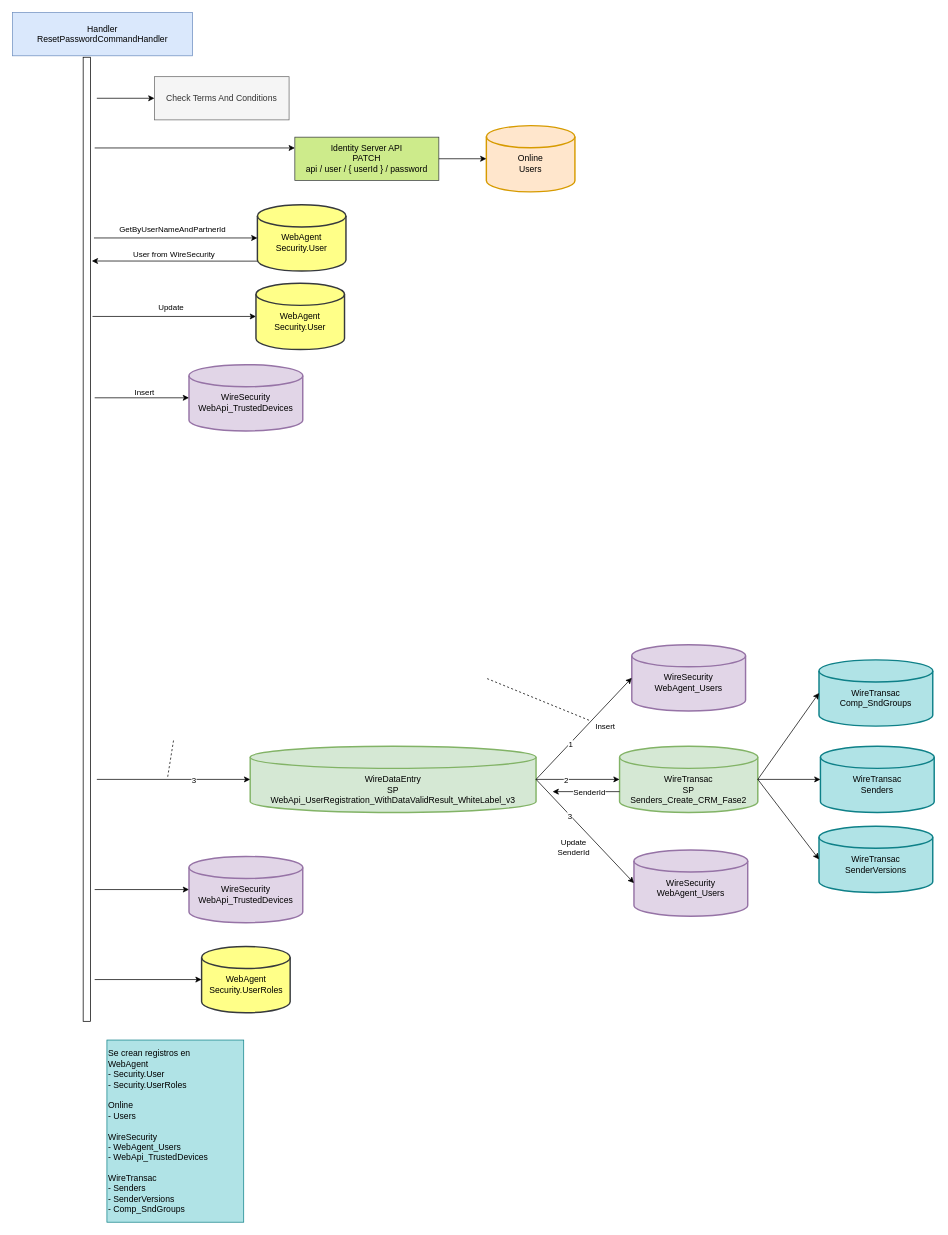
This is user-api-post-api-password-reset.drawio from notariopablomarcelo/intermex, a draw.io file, before an edit. Source tidied: cells renumbered, new cells numbered last; positions are measured from the earlier drawing's top-left corner, leaving out a move shared by most shapes. Both pictures are drawn from the tidied source at 72%, with x=0, y=0 at pixel (12, 12).
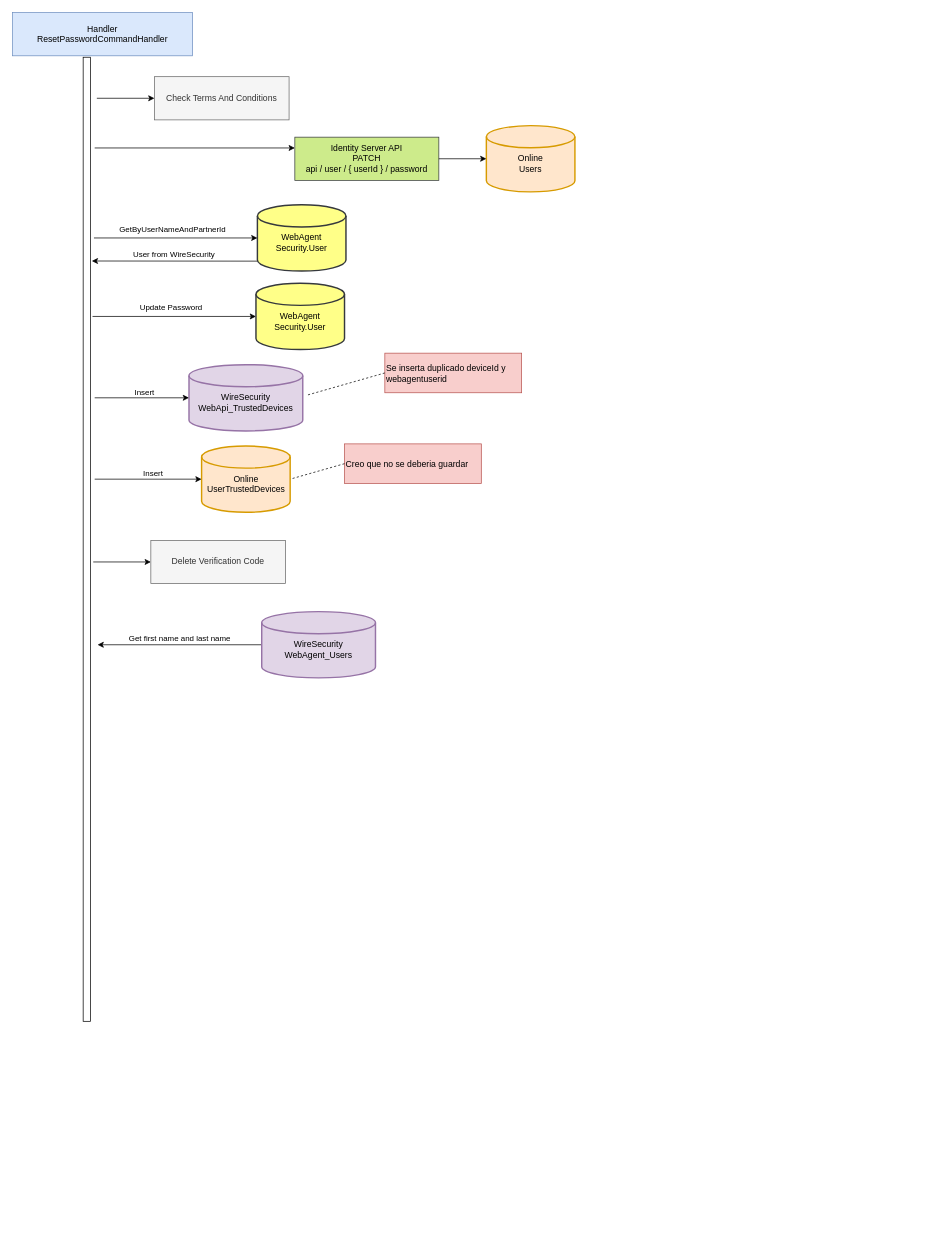
After the change.

Unchanged cells that the change refers to:
```xml
<mxCell id="45" style="endArrow=classic;html=1;rounded=0;entryX=0;entryY=0.5;entryDx=0;entryDy=0;entryPerimeter=0;" parent="1" edge="1" target="44">
  <mxGeometry relative="1" as="geometry">
    <mxPoint x="111" y="422" as="sourcePoint" />
  </mxGeometry>
</mxCell>
```

Change to the diagram source:
```diff
@@
-    <mxCell id="2" value="&lt;br&gt;&lt;br&gt;WireDataEntry&lt;br&gt;SP&lt;br&gt;WebApi_UserRegistration_WithDataValidResult_WhiteLabel_v3" style="strokeWidth=2;html=1;shape=mxgraph.flowchart.database;whiteSpace=wrap;fillColor=#d5e8d4;strokeColor=#82b366;" parent="1" vertex="1">
-      <mxGeometry x="330" y="1019" width="397" height="92" as="geometry" />
-    </mxCell>
-    <mxCell id="3" value="&lt;br&gt;WireSecurity&lt;br&gt;WebApi_TrustedDevices" style="strokeWidth=2;html=1;shape=mxgraph.flowchart.database;whiteSpace=wrap;fillColor=#e1d5e7;strokeColor=#9673a6;" parent="1" vertex="1">
-      <mxGeometry x="245" y="1172" width="158" height="92" as="geometry" />
-    </mxCell>
-    <mxCell id="4" value="&lt;br&gt;WebAgent&lt;br&gt;Security.UserRoles" style="strokeWidth=2;html=1;shape=mxgraph.flowchart.database;whiteSpace=wrap;fillColor=#ffff88;strokeColor=#36393d;" parent="1" vertex="1">
-      <mxGeometry x="262.5" y="1297" width="123" height="92" as="geometry" />
-    </mxCell>
@@
-    <mxCell id="7" style="endArrow=classic;html=1;rounded=0;entryX=0;entryY=0.5;entryDx=0;entryDy=0;entryPerimeter=0;" parent="1" edge="1" target="2">
-      <mxGeometry relative="1" as="geometry">
-        <mxPoint x="117" y="1065" as="sourcePoint" />
-      </mxGeometry>
-    </mxCell>
-    <mxCell id="8" value="3" style="edgeLabel;html=1;align=center;verticalAlign=middle;" parent="7" vertex="1">
-      <mxGeometry x="0.26" relative="1" as="geometry" />
-    </mxCell>
-    <mxCell id="9" style="endArrow=none;dashed=1;html=1;rounded=0;exitX=0.5;exitY=1;exitDx=0;exitDy=0;" parent="1" edge="1">
-      <mxGeometry relative="1" as="geometry">
-        <mxPoint x="223.5" y="1011" as="sourcePoint" />
-        <mxPoint x="215" y="1064" as="targetPoint" />
-      </mxGeometry>
-    </mxCell>
-    <mxCell id="10" value="&lt;br&gt;WireSecurity&lt;br&gt;WebAgent_Users" style="strokeWidth=2;html=1;shape=mxgraph.flowchart.database;whiteSpace=wrap;fillColor=#e1d5e7;strokeColor=#9673a6;" parent="1" vertex="1">
-      <mxGeometry x="860" y="878" width="158" height="92" as="geometry" />
-    </mxCell>
-    <mxCell id="11" style="endArrow=classic;html=1;rounded=0;exitX=1;exitY=0.5;exitDx=0;exitDy=0;exitPerimeter=0;entryX=0;entryY=0.5;entryDx=0;entryDy=0;entryPerimeter=0;" parent="1" edge="1" source="2" target="10">
-      <mxGeometry relative="1" as="geometry" />
-    </mxCell>
-    <mxCell id="12" value="Insert" style="edgeLabel;html=1;align=center;verticalAlign=middle;" parent="11" vertex="1">
-      <mxGeometry x="-0.23" y="-4" relative="1" as="geometry">
-        <mxPoint x="41" y="-23" as="offset" />
-      </mxGeometry>
-    </mxCell>
-    <mxCell id="13" value="1" style="edgeLabel;html=1;align=center;verticalAlign=middle;" parent="11" vertex="1">
-      <mxGeometry x="-0.3" y="-1" relative="1" as="geometry" />
-    </mxCell>
-    <mxCell id="14" value="&lt;br&gt;&lt;br&gt;WireTransac&lt;br&gt;SP&lt;br&gt;Senders_Create_CRM_Fase2" style="strokeWidth=2;html=1;shape=mxgraph.flowchart.database;whiteSpace=wrap;fillColor=#d5e8d4;strokeColor=#82b366;" parent="1" vertex="1">
-      <mxGeometry x="843" y="1019" width="192" height="92" as="geometry" />
-    </mxCell>
-    <mxCell id="15" style="endArrow=classic;html=1;rounded=0;exitX=1;exitY=0.5;exitDx=0;exitDy=0;exitPerimeter=0;entryX=0;entryY=0.5;entryDx=0;entryDy=0;entryPerimeter=0;" parent="1" edge="1" source="2" target="14">
-      <mxGeometry relative="1" as="geometry" />
-    </mxCell>
-    <mxCell id="16" value="2" style="edgeLabel;html=1;align=center;verticalAlign=middle;" parent="15" vertex="1">
-      <mxGeometry x="-0.31" relative="1" as="geometry">
-        <mxPoint x="1" as="offset" />
-      </mxGeometry>
-    </mxCell>
-    <mxCell id="17" value="&lt;br&gt;WireTransac&lt;br&gt;Comp_SndGroups" style="strokeWidth=2;html=1;shape=mxgraph.flowchart.database;whiteSpace=wrap;fillColor=#b0e3e6;strokeColor=#0e8088;" parent="1" vertex="1">
-      <mxGeometry x="1120" y="899" width="158" height="92" as="geometry" />
-    </mxCell>
-    <mxCell id="18" style="endArrow=classic;html=1;rounded=0;exitX=1;exitY=0.5;exitDx=0;exitDy=0;exitPerimeter=0;entryX=0;entryY=0.5;entryDx=0;entryDy=0;entryPerimeter=0;" parent="1" edge="1" source="14" target="17">
-      <mxGeometry relative="1" as="geometry" />
-    </mxCell>
-    <mxCell id="19" value="&lt;br&gt;WireTransac&lt;br&gt;Senders" style="strokeWidth=2;html=1;shape=mxgraph.flowchart.database;whiteSpace=wrap;fillColor=#b0e3e6;strokeColor=#0e8088;" parent="1" vertex="1">
-      <mxGeometry x="1122" y="1019" width="158" height="92" as="geometry" />
-    </mxCell>
-    <mxCell id="20" style="endArrow=classic;html=1;rounded=0;exitX=1;exitY=0.5;exitDx=0;exitDy=0;exitPerimeter=0;entryX=0;entryY=0.5;entryDx=0;entryDy=0;entryPerimeter=0;" parent="1" edge="1" source="14" target="19">
-      <mxGeometry relative="1" as="geometry" />
-    </mxCell>
-    <mxCell id="21" value="&lt;br&gt;WireTransac&lt;br&gt;SenderVersions" style="strokeWidth=2;html=1;shape=mxgraph.flowchart.database;whiteSpace=wrap;fillColor=#b0e3e6;strokeColor=#0e8088;" parent="1" vertex="1">
-      <mxGeometry x="1120" y="1130" width="158" height="92" as="geometry" />
-    </mxCell>
-    <mxCell id="22" style="endArrow=classic;html=1;rounded=0;exitX=1;exitY=0.5;exitDx=0;exitDy=0;exitPerimeter=0;entryX=0;entryY=0.5;entryDx=0;entryDy=0;entryPerimeter=0;" parent="1" edge="1" source="14" target="21">
-      <mxGeometry relative="1" as="geometry" />
-    </mxCell>
-    <mxCell id="23" style="endArrow=none;dashed=1;html=1;rounded=0;exitX=0.5;exitY=1;exitDx=0;exitDy=0;" parent="1" edge="1">
-      <mxGeometry relative="1" as="geometry">
-        <mxPoint x="659" y="925" as="sourcePoint" />
-        <mxPoint x="801" y="983" as="targetPoint" />
-      </mxGeometry>
-    </mxCell>
-    <mxCell id="24" value="&lt;br&gt;WireSecurity&lt;br&gt;WebAgent_Users" style="strokeWidth=2;html=1;shape=mxgraph.flowchart.database;whiteSpace=wrap;fillColor=#e1d5e7;strokeColor=#9673a6;" parent="1" vertex="1">
-      <mxGeometry x="863" y="1163" width="158" height="92" as="geometry" />
-    </mxCell>
-    <mxCell id="25" style="endArrow=classic;html=1;rounded=0;exitX=1;exitY=0.5;exitDx=0;exitDy=0;exitPerimeter=0;entryX=0;entryY=0.5;entryDx=0;entryDy=0;entryPerimeter=0;" parent="1" edge="1" source="2" target="24">
-      <mxGeometry relative="1" as="geometry" />
-    </mxCell>
-    <mxCell id="26" value="Update&lt;br&gt;SenderId" style="edgeLabel;html=1;align=center;verticalAlign=middle;" parent="25" vertex="1">
-      <mxGeometry x="-0.23" y="-4" relative="1" as="geometry">
-        <mxPoint x="2" y="36" as="offset" />
-      </mxGeometry>
-    </mxCell>
-    <mxCell id="27" value="3" style="edgeLabel;html=1;align=center;verticalAlign=middle;" parent="25" vertex="1">
-      <mxGeometry x="-0.3" y="-1" relative="1" as="geometry" />
-    </mxCell>
@@
-    <mxCell id="30" style="endArrow=classic;html=1;rounded=0;entryX=0;entryY=0.5;entryDx=0;entryDy=0;entryPerimeter=0;" parent="1" edge="1" target="3">
-      <mxGeometry relative="1" as="geometry">
-        <mxPoint x="114" y="1218" as="sourcePoint" />
-      </mxGeometry>
-    </mxCell>
-    <mxCell id="31" style="endArrow=classic;html=1;rounded=0;entryX=0;entryY=0.5;entryDx=0;entryDy=0;entryPerimeter=0;" parent="1" edge="1" target="4">
-      <mxGeometry relative="1" as="geometry">
-        <mxPoint x="114" y="1343" as="sourcePoint" />
-      </mxGeometry>
-    </mxCell>
-    <mxCell id="32" value="Se crean registros en&lt;br&gt;WebAgent&lt;br&gt;- Security.User&lt;br&gt;- Security.UserRoles&lt;br&gt;&lt;br&gt;Online&lt;br&gt;- Users&lt;br&gt;&lt;br&gt;WireSecurity&lt;br&gt;- WebAgent_Users&lt;br&gt;- WebApi_TrustedDevices&lt;br&gt;&lt;br&gt;WireTransac&lt;br&gt;- Senders&lt;br&gt;- SenderVersions&lt;br&gt;- Comp_SndGroups&lt;br&gt;" style="text;html=1;strokeColor=#0e8088;fillColor=#b0e3e6;align=left;verticalAlign=middle;whiteSpace=wrap;rounded=0;" parent="1" vertex="1">
-      <mxGeometry x="131" y="1427" width="190" height="253" as="geometry" />
-    </mxCell>
-    <mxCell id="33" style="endArrow=classic;html=1;rounded=0;exitX=0;exitY=0.685;exitDx=0;exitDy=0;exitPerimeter=0;" parent="1" edge="1" source="14">
-      <mxGeometry relative="1" as="geometry">
-        <mxPoint x="750" y="1082" as="targetPoint" />
-      </mxGeometry>
-    </mxCell>
-    <mxCell id="34" value="SenderId" style="edgeLabel;html=1;align=center;verticalAlign=middle;" parent="33" vertex="1">
-      <mxGeometry x="-0.31" relative="1" as="geometry">
-        <mxPoint x="-11" as="offset" />
-      </mxGeometry>
-    </mxCell>
@@
-    <mxCell id="46" value="Update" style="edgeLabel;html=1;align=center;verticalAlign=middle;" parent="45" vertex="1">
+    <mxCell id="46" value="Update Password" style="edgeLabel;html=1;align=center;verticalAlign=middle;" parent="45" vertex="1">
       <mxGeometry x="0.23" relative="1" as="geometry">
         <mxPoint x="-32" y="-13" as="offset" />
       </mxGeometry>
     </mxCell>
@@
+    <mxCell id="50" value="Se inserta duplicado deviceId y webagentuserid" style="text;html=1;strokeColor=#b85450;fillColor=#f8cecc;align=left;verticalAlign=middle;whiteSpace=wrap;rounded=0;" parent="1" vertex="1">
+      <mxGeometry x="517" y="473" width="190" height="55" as="geometry" />
+    </mxCell>
+    <mxCell id="51" style="endArrow=none;dashed=1;html=1;rounded=0;exitX=0;exitY=0.5;exitDx=0;exitDy=0;" parent="1" edge="1" source="50">
+      <mxGeometry relative="1" as="geometry">
+        <mxPoint x="410" y="531" as="targetPoint" />
+      </mxGeometry>
+    </mxCell>
+    <mxCell id="52" value="Delete Verification Code&lt;font color=&quot;#000000&quot;&gt;&lt;br&gt;&lt;/font&gt;" style="rounded=0;whiteSpace=wrap;html=1;fillColor=#f5f5f5;strokeColor=#666666;fontColor=#333333;" parent="1" vertex="1">
+      <mxGeometry x="192" y="733" width="187" height="60" as="geometry" />
+    </mxCell>
+    <mxCell id="53" style="endArrow=classic;html=1;rounded=0;entryX=0;entryY=0.5;entryDx=0;entryDy=0;" parent="1" edge="1" target="52">
+      <mxGeometry relative="1" as="geometry">
+        <mxPoint x="112" y="763" as="sourcePoint" />
+      </mxGeometry>
+    </mxCell>
+    <mxCell id="54" style="endArrow=classic;html=1;rounded=0;exitX=0;exitY=0.5;exitDx=0;exitDy=0;exitPerimeter=0;" parent="1" edge="1" source="56">
+      <mxGeometry relative="1" as="geometry">
+        <mxPoint x="118" y="878" as="targetPoint" />
+      </mxGeometry>
+    </mxCell>
+    <mxCell id="55" value="Get first name and last name" style="edgeLabel;html=1;align=center;verticalAlign=middle;" parent="54" vertex="1">
+      <mxGeometry x="0.42" y="1" relative="1" as="geometry">
+        <mxPoint x="47" y="-11" as="offset" />
+      </mxGeometry>
+    </mxCell>
+    <mxCell id="56" value="&lt;br&gt;WireSecurity&lt;br&gt;WebAgent_Users" style="strokeWidth=2;html=1;shape=mxgraph.flowchart.database;whiteSpace=wrap;fillColor=#e1d5e7;strokeColor=#9673a6;" parent="1" vertex="1">
+      <mxGeometry x="346" y="832" width="158" height="92" as="geometry" />
+    </mxCell>
+    <mxCell id="57" style="endArrow=classic;html=1;rounded=0;entryX=0;entryY=0.5;entryDx=0;entryDy=0;entryPerimeter=0;" parent="1" edge="1" target="60">
+      <mxGeometry relative="1" as="geometry">
+        <mxPoint x="114" y="648" as="sourcePoint" />
+      </mxGeometry>
+    </mxCell>
+    <mxCell id="12" value="Insert" style="edgeLabel;html=1;align=center;verticalAlign=middle;" parent="57" vertex="1">
+      <mxGeometry x="0.37" y="-3" relative="1" as="geometry">
+        <mxPoint x="-22" y="-12" as="offset" />
+      </mxGeometry>
+    </mxCell>
+    <mxCell id="58" value="Creo que no se deberia guardar" style="text;html=1;strokeColor=#b85450;fillColor=#f8cecc;align=left;verticalAlign=middle;whiteSpace=wrap;rounded=0;" parent="1" vertex="1">
+      <mxGeometry x="461" y="599" width="190" height="55" as="geometry" />
+    </mxCell>
+    <mxCell id="59" style="endArrow=none;dashed=1;html=1;rounded=0;exitX=0;exitY=0.5;exitDx=0;exitDy=0;entryX=1;entryY=0.5;entryDx=0;entryDy=0;entryPerimeter=0;" parent="1" edge="1" source="58" target="60">
+      <mxGeometry relative="1" as="geometry" />
+    </mxCell>
+    <mxCell id="60" value="&lt;br&gt;Online&lt;br&gt;UserTrustedDevices" style="strokeWidth=2;html=1;shape=mxgraph.flowchart.database;whiteSpace=wrap;fillColor=#ffe6cc;strokeColor=#d79b00;" parent="1" vertex="1">
+      <mxGeometry x="262.5" y="602" width="123" height="92" as="geometry" />
+    </mxCell>
```
